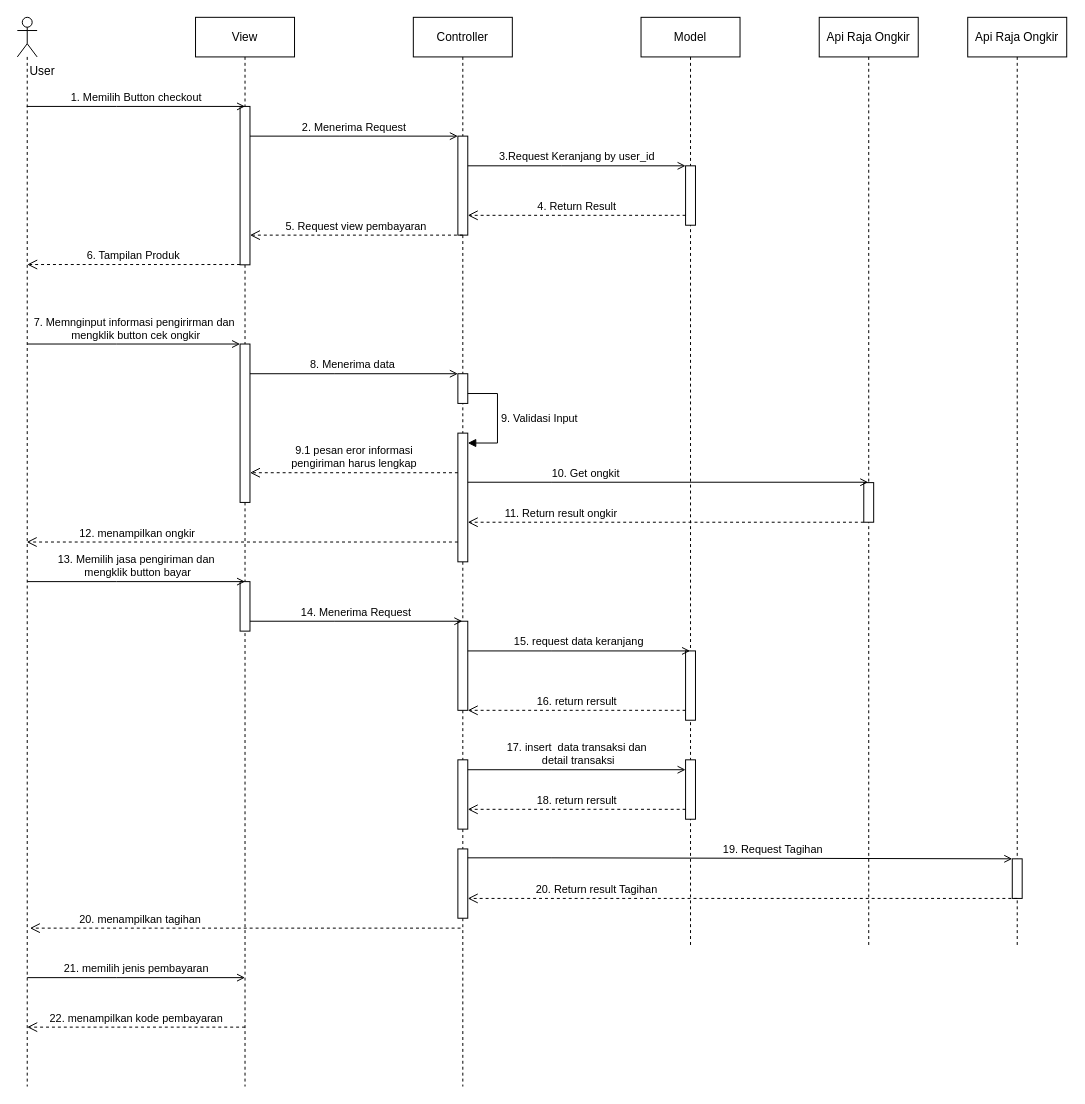
This is page "pembaayran" (6 of 13) of sequence.drawio from ThikerXCX/umltoko, a draw.io file, before an edit. Source tidied: cells renumbered, new cells numbered last; positions are measured from the earlier drawing's top-left corner, leaving out a move shared by most shapes. Both pictures are drawn from the tidied source at 99%, with x=0, y=0 at pixel (17, 17).
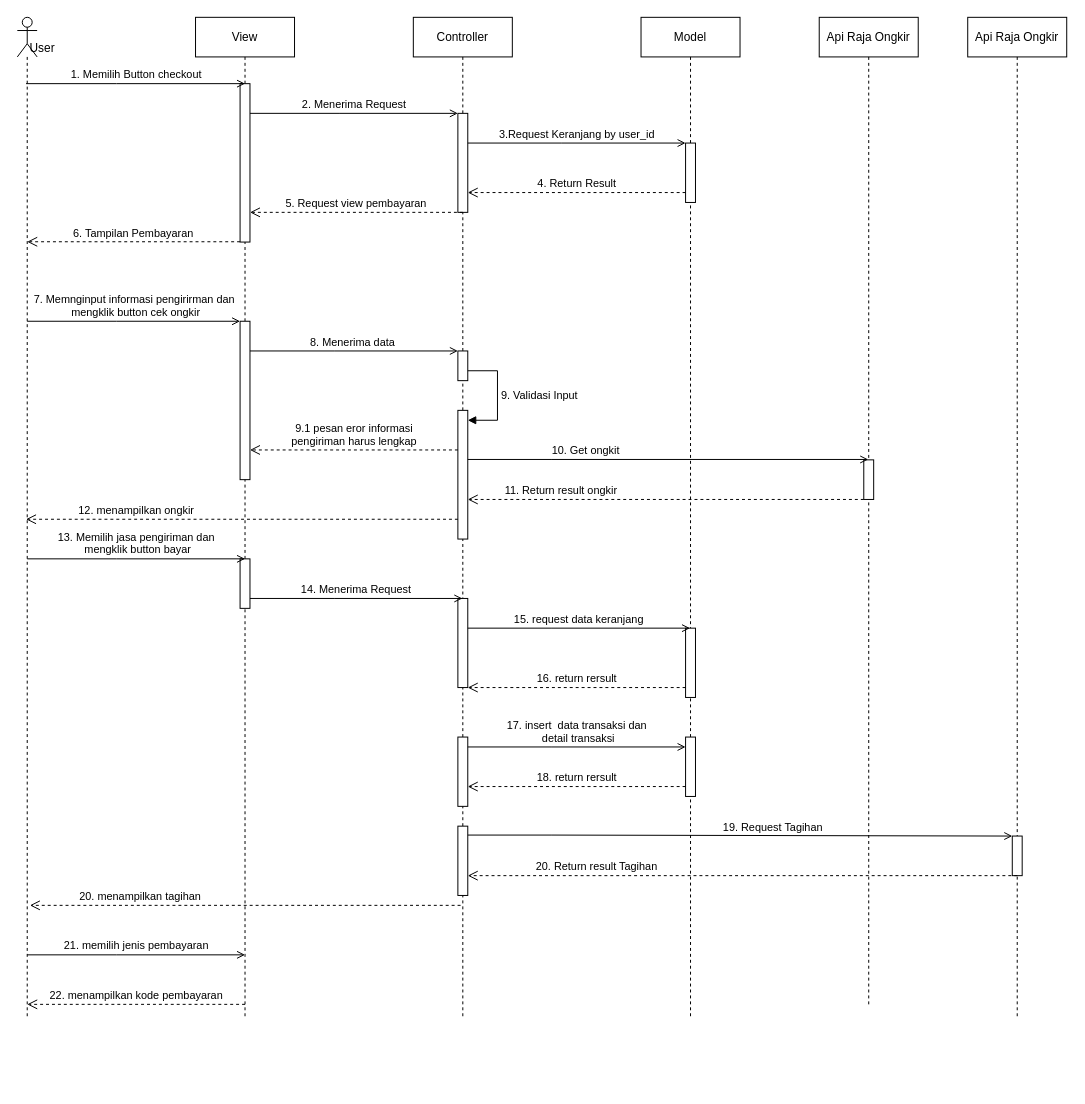
Above is the later version.

Diff of the diagram source:
```diff
@@
     <mxCell id="2" style="shape=umlLifeline;perimeter=lifelinePerimeter;whiteSpace=wrap;html=1;outlineConnect=0;portConstraint=eastwest;newEdgeStyle={&quot;edgeStyle&quot;:&quot;elbowEdgeStyle&quot;,&quot;elbow&quot;:&quot;vertical&quot;,&quot;curved&quot;:0,&quot;rounded&quot;:0};participant=umlActor;" parent="1" vertex="1">
-      <mxGeometry width="20" height="1080" as="geometry" />
+      <mxGeometry width="20" height="1010" as="geometry" />
     </mxCell>
     <mxCell id="3" value="View" style="shape=umlLifeline;perimeter=lifelinePerimeter;whiteSpace=wrap;html=1;newEdgeStyle={&quot;edgeStyle&quot;:&quot;elbowEdgeStyle&quot;,&quot;elbow&quot;:&quot;vertical&quot;,&quot;curved&quot;:0,&quot;rounded&quot;:0};" parent="1" vertex="1">
-      <mxGeometry x="180" width="100" height="1080" as="geometry" />
+      <mxGeometry x="180" width="100" height="1010" as="geometry" />
     </mxCell>
     <mxCell id="4" style="html=1;points=[];perimeter=orthogonalPerimeter;outlineConnect=0;targetShapes=umlLifeline;portConstraint=eastwest;newEdgeStyle={&quot;edgeStyle&quot;:&quot;elbowEdgeStyle&quot;,&quot;elbow&quot;:&quot;vertical&quot;,&quot;curved&quot;:0,&quot;rounded&quot;:0};" parent="3" vertex="1">
-      <mxGeometry x="45" y="90" width="10" height="160" as="geometry" />
+      <mxGeometry x="45" y="67" width="10" height="160" as="geometry" />
     </mxCell>
     <mxCell id="5" style="html=1;points=[];perimeter=orthogonalPerimeter;outlineConnect=0;targetShapes=umlLifeline;portConstraint=eastwest;newEdgeStyle={&quot;edgeStyle&quot;:&quot;elbowEdgeStyle&quot;,&quot;elbow&quot;:&quot;vertical&quot;,&quot;curved&quot;:0,&quot;rounded&quot;:0};" parent="3" vertex="1">
-      <mxGeometry x="45" y="330" width="10" height="160" as="geometry" />
+      <mxGeometry x="45" y="307" width="10" height="160" as="geometry" />
     </mxCell>
     <mxCell id="6" style="html=1;points=[];perimeter=orthogonalPerimeter;outlineConnect=0;targetShapes=umlLifeline;portConstraint=eastwest;newEdgeStyle={&quot;edgeStyle&quot;:&quot;elbowEdgeStyle&quot;,&quot;elbow&quot;:&quot;vertical&quot;,&quot;curved&quot;:0,&quot;rounded&quot;:0};" parent="3" vertex="1">
-      <mxGeometry x="45" y="570" width="10" height="50" as="geometry" />
+      <mxGeometry x="45" y="547" width="10" height="50" as="geometry" />
     </mxCell>
     <mxCell id="7" value="User" style="text;html=1;align=center;verticalAlign=middle;strokeColor=none;fillColor=none;" parent="1" vertex="1">
-      <mxGeometry y="40" width="50" height="30" as="geometry" />
+      <mxGeometry y="17" width="50" height="30" as="geometry" />
     </mxCell>
     <mxCell id="8" value="Controller" style="shape=umlLifeline;perimeter=lifelinePerimeter;whiteSpace=wrap;html=1;outlineConnect=0;portConstraint=eastwest;newEdgeStyle={&quot;edgeStyle&quot;:&quot;elbowEdgeStyle&quot;,&quot;elbow&quot;:&quot;vertical&quot;,&quot;curved&quot;:0,&quot;rounded&quot;:0};" parent="1" vertex="1">
-      <mxGeometry x="400" width="100" height="1080" as="geometry" />
+      <mxGeometry x="400" width="100" height="1010" as="geometry" />
     </mxCell>
     <mxCell id="9" style="html=1;points=[];perimeter=orthogonalPerimeter;outlineConnect=0;targetShapes=umlLifeline;portConstraint=eastwest;newEdgeStyle={&quot;edgeStyle&quot;:&quot;elbowEdgeStyle&quot;,&quot;elbow&quot;:&quot;vertical&quot;,&quot;curved&quot;:0,&quot;rounded&quot;:0};" parent="8" vertex="1">
-      <mxGeometry x="45" y="120" width="10" height="100" as="geometry" />
+      <mxGeometry x="45" y="97" width="10" height="100" as="geometry" />
     </mxCell>
     <mxCell id="10" style="html=1;points=[];perimeter=orthogonalPerimeter;outlineConnect=0;targetShapes=umlLifeline;portConstraint=eastwest;newEdgeStyle={&quot;edgeStyle&quot;:&quot;elbowEdgeStyle&quot;,&quot;elbow&quot;:&quot;vertical&quot;,&quot;curved&quot;:0,&quot;rounded&quot;:0};" parent="8" vertex="1">
-      <mxGeometry x="45" y="360" width="10" height="30" as="geometry" />
+      <mxGeometry x="45" y="337" width="10" height="30" as="geometry" />
     </mxCell>
     <mxCell id="11" style="html=1;points=[];perimeter=orthogonalPerimeter;outlineConnect=0;targetShapes=umlLifeline;portConstraint=eastwest;newEdgeStyle={&quot;edgeStyle&quot;:&quot;elbowEdgeStyle&quot;,&quot;elbow&quot;:&quot;vertical&quot;,&quot;curved&quot;:0,&quot;rounded&quot;:0};" parent="8" vertex="1">
-      <mxGeometry x="45" y="420" width="10" height="130" as="geometry" />
+      <mxGeometry x="45" y="397" width="10" height="130" as="geometry" />
     </mxCell>
     <mxCell id="12" value="9. Validasi Input" style="html=1;align=left;spacingLeft=2;endArrow=block;rounded=0;edgeStyle=orthogonalEdgeStyle;curved=0;rounded=0;" parent="8" edge="1" source="10" target="11">
       <mxGeometry relative="1" as="geometry">
         <Array as="points">
-          <mxPoint x="85" y="380" />
-          <mxPoint x="85" y="430" />
+          <mxPoint x="85" y="357" />
+          <mxPoint x="85" y="407" />
         </Array>
       </mxGeometry>
     </mxCell>
     <mxCell id="13" style="html=1;points=[];perimeter=orthogonalPerimeter;outlineConnect=0;targetShapes=umlLifeline;portConstraint=eastwest;newEdgeStyle={&quot;edgeStyle&quot;:&quot;elbowEdgeStyle&quot;,&quot;elbow&quot;:&quot;vertical&quot;,&quot;curved&quot;:0,&quot;rounded&quot;:0};" parent="8" vertex="1">
-      <mxGeometry x="45" y="610" width="10" height="90" as="geometry" />
+      <mxGeometry x="45" y="587" width="10" height="90" as="geometry" />
     </mxCell>
     <mxCell id="14" style="html=1;perimeter=orthogonalPerimeter;targetShapes=umlLifeline;newEdgeStyle={&quot;edgeStyle&quot;:&quot;elbowEdgeStyle&quot;,&quot;elbow&quot;:&quot;vertical&quot;,&quot;curved&quot;:0,&quot;rounded&quot;:0};" parent="8" vertex="1">
-      <mxGeometry x="45" y="750" width="10" height="70" as="geometry" />
+      <mxGeometry x="45" y="727" width="10" height="70" as="geometry" />
     </mxCell>
     <mxCell id="15" style="html=1;points=[];perimeter=orthogonalPerimeter;outlineConnect=0;targetShapes=umlLifeline;portConstraint=eastwest;newEdgeStyle={&quot;edgeStyle&quot;:&quot;elbowEdgeStyle&quot;,&quot;elbow&quot;:&quot;vertical&quot;,&quot;curved&quot;:0,&quot;rounded&quot;:0};" parent="8" vertex="1">
-      <mxGeometry x="45" y="840" width="10" height="70" as="geometry" />
+      <mxGeometry x="45" y="817" width="10" height="70" as="geometry" />
     </mxCell>
     <mxCell id="16" value="Model" style="shape=umlLifeline;perimeter=lifelinePerimeter;whiteSpace=wrap;html=1;outlineConnect=0;portConstraint=eastwest;newEdgeStyle={&quot;edgeStyle&quot;:&quot;elbowEdgeStyle&quot;,&quot;elbow&quot;:&quot;vertical&quot;,&quot;curved&quot;:0,&quot;rounded&quot;:0};" parent="1" vertex="1">
-      <mxGeometry x="630" width="100" height="940" as="geometry" />
+      <mxGeometry x="630" width="100" height="1010" as="geometry" />
     </mxCell>
     <mxCell id="17" style="html=1;points=[];perimeter=orthogonalPerimeter;outlineConnect=0;targetShapes=umlLifeline;portConstraint=eastwest;newEdgeStyle={&quot;edgeStyle&quot;:&quot;elbowEdgeStyle&quot;,&quot;elbow&quot;:&quot;vertical&quot;,&quot;curved&quot;:0,&quot;rounded&quot;:0};" parent="16" vertex="1">
-      <mxGeometry x="45" y="150" width="10" height="60" as="geometry" />
+      <mxGeometry x="45" y="127" width="10" height="60" as="geometry" />
     </mxCell>
     <mxCell id="18" style="html=1;points=[];perimeter=orthogonalPerimeter;outlineConnect=0;targetShapes=umlLifeline;portConstraint=eastwest;newEdgeStyle={&quot;edgeStyle&quot;:&quot;elbowEdgeStyle&quot;,&quot;elbow&quot;:&quot;vertical&quot;,&quot;curved&quot;:0,&quot;rounded&quot;:0};" parent="16" vertex="1">
-      <mxGeometry x="45" y="640" width="10" height="70" as="geometry" />
+      <mxGeometry x="45" y="617" width="10" height="70" as="geometry" />
     </mxCell>
     <mxCell id="19" style="html=1;perimeter=orthogonalPerimeter;targetShapes=umlLifeline;newEdgeStyle={&quot;edgeStyle&quot;:&quot;elbowEdgeStyle&quot;,&quot;elbow&quot;:&quot;vertical&quot;,&quot;curved&quot;:0,&quot;rounded&quot;:0};" parent="16" vertex="1">
-      <mxGeometry x="45" y="750" width="10" height="60" as="geometry" />
+      <mxGeometry x="45" y="727" width="10" height="60" as="geometry" />
     </mxCell>
-    <mxCell id="20" value="1. Memilih Button checkout" style="html=1;verticalAlign=bottom;labelBackgroundColor=none;endArrow=open;endFill=0;rounded=0;" parent="1" edge="1" source="2">
+    <mxCell id="20" value="1. Memilih Button checkout" style="html=1;verticalAlign=bottom;labelBackgroundColor=none;endArrow=open;endFill=0;rounded=0;" parent="1" edge="1">
       <mxGeometry relative="1" as="geometry">
-        <mxPoint x="230" y="90" as="targetPoint" />
+        <mxPoint x="8.8" y="67" as="sourcePoint" />
+        <mxPoint x="230" y="67" as="targetPoint" />
         <Array as="points">
-          <mxPoint x="100" y="90" />
+          <mxPoint x="100" y="67" />
         </Array>
       </mxGeometry>
     </mxCell>
     <mxCell id="21" value="4. Return Result" style="endArrow=open;startArrow=none;endFill=0;startFill=0;endSize=8;html=1;verticalAlign=bottom;dashed=1;labelBackgroundColor=none;rounded=0;" parent="1" edge="1" source="17" target="9">
       <mxGeometry relative="1" as="geometry">
         <Array as="points">
-          <mxPoint x="540" y="200" />
+          <mxPoint x="540" y="177" />
         </Array>
       </mxGeometry>
     </mxCell>
     <mxCell id="22" value="2. Menerima Request" style="html=1;verticalAlign=bottom;labelBackgroundColor=none;endArrow=open;endFill=0;rounded=0;" parent="1" edge="1" source="4" target="9">
       <mxGeometry relative="1" as="geometry">
         <Array as="points">
-          <mxPoint x="325" y="120" />
+          <mxPoint x="325" y="97" />
         </Array>
       </mxGeometry>
     </mxCell>
     <mxCell id="23" value="3.Request Keranjang by user_id" style="html=1;verticalAlign=bottom;labelBackgroundColor=none;endArrow=open;endFill=0;rounded=0;" parent="1" edge="1" source="9" target="17">
       <mxGeometry relative="1" as="geometry">
         <Array as="points">
-          <mxPoint x="550" y="150" />
+          <mxPoint x="550" y="127" />
         </Array>
       </mxGeometry>
     </mxCell>
     <mxCell id="24" value="5. Request view pembayaran" style="endArrow=open;startArrow=none;endFill=0;startFill=0;endSize=8;html=1;verticalAlign=bottom;dashed=1;labelBackgroundColor=none;rounded=0;" parent="1" edge="1" target="4">
       <mxGeometry relative="1" as="geometry">
-        <mxPoint x="450" y="220" as="sourcePoint" />
+        <mxPoint x="450" y="197" as="sourcePoint" />
         <Array as="points">
-          <mxPoint x="320" y="220" />
+          <mxPoint x="320" y="197" />
         </Array>
       </mxGeometry>
     </mxCell>
-    <mxCell id="25" value="6. Tampilan Produk" style="endArrow=open;startArrow=none;endFill=0;startFill=0;endSize=8;html=1;verticalAlign=bottom;dashed=1;labelBackgroundColor=none;rounded=0;" parent="1" edge="1" source="4">
+    <mxCell id="25" value="6. Tampilan Pembayaran" style="endArrow=open;startArrow=none;endFill=0;startFill=0;endSize=8;html=1;verticalAlign=bottom;dashed=1;labelBackgroundColor=none;rounded=0;" parent="1" edge="1" source="4">
       <mxGeometry relative="1" as="geometry">
-        <mxPoint x="10" y="249.7" as="targetPoint" />
+        <mxPoint x="10" y="226.7" as="targetPoint" />
         <Array as="points">
-          <mxPoint x="100" y="249.7" />
+          <mxPoint x="100" y="226.7" />
         </Array>
       </mxGeometry>
     </mxCell>
     <mxCell id="26" value="7. Memnginput informasi pengirirman dan&lt;br&gt;&amp;nbsp;mengklik button cek ongkir" style="html=1;verticalAlign=bottom;labelBackgroundColor=none;endArrow=open;endFill=0;rounded=0;" parent="1" edge="1" target="5">
       <mxGeometry relative="1" as="geometry">
-        <mxPoint x="10" y="330" as="sourcePoint" />
+        <mxPoint x="10" y="307" as="sourcePoint" />
         <Array as="points">
-          <mxPoint x="100" y="330" />
+          <mxPoint x="100" y="307" />
         </Array>
       </mxGeometry>
     </mxCell>
     <mxCell id="27" value="8. Menerima data&amp;nbsp;" style="html=1;verticalAlign=bottom;labelBackgroundColor=none;endArrow=open;endFill=0;rounded=0;" parent="1" edge="1" source="5" target="10">
       <mxGeometry relative="1" as="geometry">
         <Array as="points">
-          <mxPoint x="320" y="360" />
+          <mxPoint x="320" y="337" />
         </Array>
       </mxGeometry>
     </mxCell>
     <mxCell id="28" value="Api Raja Ongkir" style="shape=umlLifeline;perimeter=lifelinePerimeter;whiteSpace=wrap;html=1;outlineConnect=0;portConstraint=eastwest;newEdgeStyle={&quot;edgeStyle&quot;:&quot;elbowEdgeStyle&quot;,&quot;elbow&quot;:&quot;vertical&quot;,&quot;curved&quot;:0,&quot;rounded&quot;:0};" parent="1" vertex="1">
-      <mxGeometry x="810" width="100" height="940" as="geometry" />
+      <mxGeometry x="810" width="100" height="1000" as="geometry" />
     </mxCell>
     <mxCell id="29" style="html=1;perimeter=orthogonalPerimeter;targetShapes=umlLifeline;newEdgeStyle={&quot;edgeStyle&quot;:&quot;elbowEdgeStyle&quot;,&quot;elbow&quot;:&quot;vertical&quot;,&quot;curved&quot;:0,&quot;rounded&quot;:0};" parent="28" vertex="1">
-      <mxGeometry x="45" y="470" width="10" height="40" as="geometry" />
+      <mxGeometry x="45" y="447" width="10" height="40" as="geometry" />
     </mxCell>
-    <mxCell id="30" value="10. Get ongkit" style="html=1;verticalAlign=bottom;labelBackgroundColor=none;endArrow=open;endFill=0;rounded=0;" parent="1" edge="1" source="11" target="28">
+    <mxCell id="30" value="10. Get ongkit" style="html=1;verticalAlign=bottom;labelBackgroundColor=none;endArrow=open;endFill=0;rounded=0;" parent="1" edge="1" source="11">
       <mxGeometry x="-0.41" relative="1" as="geometry">
+        <mxPoint x="859.5" y="446.6" as="targetPoint" />
         <Array as="points">
-          <mxPoint x="540" y="469.6" />
+          <mxPoint x="540" y="446.6" />
         </Array>
       </mxGeometry>
     </mxCell>
     <mxCell id="31" value="9.1 pesan eror informasi &lt;br&gt;pengiriman harus lengkap" style="endArrow=open;startArrow=none;endFill=0;startFill=0;endSize=8;html=1;verticalAlign=bottom;dashed=1;labelBackgroundColor=none;rounded=0;" parent="1" edge="1" target="5">
       <mxGeometry relative="1" as="geometry">
-        <mxPoint x="445" y="460" as="sourcePoint" />
+        <mxPoint x="445" y="437" as="sourcePoint" />
         <Array as="points">
-          <mxPoint x="315" y="460" />
+          <mxPoint x="315" y="437" />
         </Array>
       </mxGeometry>
     </mxCell>
     <mxCell id="32" value="11. Return result ongkir" style="endArrow=open;startArrow=none;endFill=0;startFill=0;endSize=8;html=1;verticalAlign=bottom;dashed=1;labelBackgroundColor=none;rounded=0;" parent="1" edge="1" target="11">
       <mxGeometry x="0.53" relative="1" as="geometry">
-        <mxPoint x="855" y="510" as="sourcePoint" />
+        <mxPoint x="855" y="487" as="sourcePoint" />
         <Array as="points">
-          <mxPoint x="725" y="510" />
+          <mxPoint x="725" y="487" />
         </Array>
       </mxGeometry>
     </mxCell>
-    <mxCell id="33" value="12. menampilkan ongkir" style="endArrow=open;startArrow=none;endFill=0;startFill=0;endSize=8;html=1;verticalAlign=bottom;dashed=1;labelBackgroundColor=none;rounded=0;" parent="1" edge="1" target="2">
+    <mxCell id="33" value="12. menampilkan ongkir" style="endArrow=open;startArrow=none;endFill=0;startFill=0;endSize=8;html=1;verticalAlign=bottom;dashed=1;labelBackgroundColor=none;rounded=0;" parent="1" edge="1">
       <mxGeometry x="0.49" relative="1" as="geometry">
-        <mxPoint x="445" y="530" as="sourcePoint" />
+        <mxPoint x="445" y="507" as="sourcePoint" />
+        <mxPoint x="8.8" y="507" as="targetPoint" />
         <Array as="points">
-          <mxPoint x="315" y="530" />
+          <mxPoint x="315" y="507" />
         </Array>
       </mxGeometry>
     </mxCell>
     <mxCell id="34" value="13. Memilih jasa pengiriman dan&lt;br&gt;&amp;nbsp;mengklik button bayar" style="html=1;verticalAlign=bottom;labelBackgroundColor=none;endArrow=open;endFill=0;rounded=0;" parent="1" edge="1">
       <mxGeometry relative="1" as="geometry">
-        <mxPoint x="10" y="570" as="sourcePoint" />
-        <mxPoint x="230" y="570" as="targetPoint" />
+        <mxPoint x="10" y="547" as="sourcePoint" />
+        <mxPoint x="230" y="547" as="targetPoint" />
         <Array as="points">
-          <mxPoint x="100" y="570" />
+          <mxPoint x="100" y="547" />
         </Array>
       </mxGeometry>
     </mxCell>
-    <mxCell id="35" value="14. Menerima Request" style="html=1;verticalAlign=bottom;labelBackgroundColor=none;endArrow=open;endFill=0;rounded=0;" parent="1" edge="1" source="6" target="8">
+    <mxCell id="35" value="14. Menerima Request" style="html=1;verticalAlign=bottom;labelBackgroundColor=none;endArrow=open;endFill=0;rounded=0;" parent="1" edge="1" source="6">
       <mxGeometry relative="1" as="geometry">
+        <mxPoint x="449.5" y="587" as="targetPoint" />
         <Array as="points">
-          <mxPoint x="320" y="610" />
+          <mxPoint x="320" y="587" />
         </Array>
       </mxGeometry>
     </mxCell>
-    <mxCell id="36" value="15. request data keranjang" style="html=1;verticalAlign=bottom;labelBackgroundColor=none;endArrow=open;endFill=0;rounded=0;" parent="1" edge="1" source="13" target="16">
+    <mxCell id="36" value="15. request data keranjang" style="html=1;verticalAlign=bottom;labelBackgroundColor=none;endArrow=open;endFill=0;rounded=0;" parent="1" edge="1" source="13">
       <mxGeometry relative="1" as="geometry">
+        <mxPoint x="679.5" y="617" as="targetPoint" />
         <Array as="points">
-          <mxPoint x="540" y="640" />
+          <mxPoint x="540" y="617" />
         </Array>
       </mxGeometry>
     </mxCell>
     <mxCell id="37" value="16. return rersult" style="endArrow=open;startArrow=none;endFill=0;startFill=0;endSize=8;html=1;verticalAlign=bottom;dashed=1;labelBackgroundColor=none;rounded=0;" parent="1" edge="1" source="18" target="13">
       <mxGeometry relative="1" as="geometry">
         <Array as="points">
-          <mxPoint x="535" y="700" />
+          <mxPoint x="535" y="677" />
         </Array>
       </mxGeometry>
     </mxCell>
     <mxCell id="38" value="17. insert&amp;nbsp; data transaksi dan&lt;br&gt;&amp;nbsp;detail transaksi" style="html=1;verticalAlign=bottom;labelBackgroundColor=none;endArrow=open;endFill=0;rounded=0;" parent="1" edge="1">
       <mxGeometry relative="1" as="geometry">
-        <mxPoint x="455" y="760" as="sourcePoint" />
-        <mxPoint x="675" y="760" as="targetPoint" />
+        <mxPoint x="455" y="737" as="sourcePoint" />
+        <mxPoint x="675" y="737" as="targetPoint" />
         <Array as="points">
-          <mxPoint x="540" y="760" />
+          <mxPoint x="540" y="737" />
         </Array>
       </mxGeometry>
     </mxCell>
     <mxCell id="39" value="19. Request Tagihan" style="html=1;verticalAlign=bottom;labelBackgroundColor=none;endArrow=open;endFill=0;rounded=0;" parent="1" edge="1" source="15" target="42">
       <mxGeometry x="0.12" y="-1" relative="1" as="geometry">
         <Array as="points">
-          <mxPoint x="540" y="849" />
+          <mxPoint x="540" y="826" />
         </Array>
       </mxGeometry>
     </mxCell>
     <mxCell id="40" value="18. return rersult" style="endArrow=open;startArrow=none;endFill=0;startFill=0;endSize=8;html=1;verticalAlign=bottom;dashed=1;labelBackgroundColor=none;rounded=0;" parent="1" edge="1">
       <mxGeometry relative="1" as="geometry">
-        <mxPoint x="675" y="800" as="sourcePoint" />
-        <mxPoint x="455" y="800" as="targetPoint" />
+        <mxPoint x="675" y="777" as="sourcePoint" />
+        <mxPoint x="455" y="777" as="targetPoint" />
       </mxGeometry>
     </mxCell>
     <mxCell id="41" value="Api Raja Ongkir" style="shape=umlLifeline;perimeter=lifelinePerimeter;whiteSpace=wrap;html=1;newEdgeStyle={&quot;edgeStyle&quot;:&quot;elbowEdgeStyle&quot;,&quot;elbow&quot;:&quot;vertical&quot;,&quot;curved&quot;:0,&quot;rounded&quot;:0};" parent="1" vertex="1">
-      <mxGeometry x="960" width="100" height="940" as="geometry" />
+      <mxGeometry x="960" width="100" height="1010" as="geometry" />
     </mxCell>
     <mxCell id="42" style="html=1;points=[];perimeter=orthogonalPerimeter;outlineConnect=0;targetShapes=umlLifeline;portConstraint=eastwest;newEdgeStyle={&quot;edgeStyle&quot;:&quot;elbowEdgeStyle&quot;,&quot;elbow&quot;:&quot;vertical&quot;,&quot;curved&quot;:0,&quot;rounded&quot;:0};" parent="41" vertex="1">
-      <mxGeometry x="45" y="850" width="10" height="40" as="geometry" />
+      <mxGeometry x="45" y="827" width="10" height="40" as="geometry" />
     </mxCell>
     <mxCell id="43" value="20. Return result Tagihan" style="endArrow=open;startArrow=none;endFill=0;startFill=0;endSize=8;html=1;verticalAlign=bottom;dashed=1;labelBackgroundColor=none;rounded=0;" parent="1" edge="1" target="15">
       <mxGeometry x="0.53" relative="1" as="geometry">
-        <mxPoint x="1010" y="890" as="sourcePoint" />
+        <mxPoint x="1010" y="867" as="sourcePoint" />
         <Array as="points">
-          <mxPoint x="880" y="890" />
+          <mxPoint x="880" y="867" />
         </Array>
       </mxGeometry>
     </mxCell>
     <mxCell id="44" value="20. menampilkan tagihan" style="endArrow=open;startArrow=none;endFill=0;startFill=0;endSize=8;html=1;verticalAlign=bottom;dashed=1;labelBackgroundColor=none;rounded=0;" parent="1" edge="1">
       <mxGeometry x="0.49" relative="1" as="geometry">
-        <mxPoint x="447.7" y="920" as="sourcePoint" />
-        <mxPoint x="12.7" y="920" as="targetPoint" />
+        <mxPoint x="447.7" y="897" as="sourcePoint" />
+        <mxPoint x="12.7" y="897" as="targetPoint" />
         <Array as="points">
-          <mxPoint x="317.7" y="920" />
+          <mxPoint x="317.7" y="897" />
         </Array>
       </mxGeometry>
     </mxCell>
     <mxCell id="45" value="21. memilih jenis pembayaran" style="html=1;verticalAlign=bottom;labelBackgroundColor=none;endArrow=open;endFill=0;rounded=0;" parent="1" edge="1">
       <mxGeometry relative="1" as="geometry">
-        <mxPoint x="10" y="970" as="sourcePoint" />
-        <mxPoint x="230" y="970" as="targetPoint" />
+        <mxPoint x="10" y="947" as="sourcePoint" />
+        <mxPoint x="230" y="947" as="targetPoint" />
         <Array as="points">
-          <mxPoint x="100" y="970" />
+          <mxPoint x="100" y="947" />
         </Array>
       </mxGeometry>
     </mxCell>
     <mxCell id="46" value="22. menampilkan kode pembayaran" style="endArrow=open;startArrow=none;endFill=0;startFill=0;endSize=8;html=1;verticalAlign=bottom;dashed=1;labelBackgroundColor=none;rounded=0;" parent="1" edge="1">
       <mxGeometry relative="1" as="geometry">
-        <mxPoint x="230" y="1020" as="sourcePoint" />
-        <mxPoint x="10" y="1020" as="targetPoint" />
+        <mxPoint x="230" y="997" as="sourcePoint" />
+        <mxPoint x="10" y="997" as="targetPoint" />
       </mxGeometry>
     </mxCell>
```
